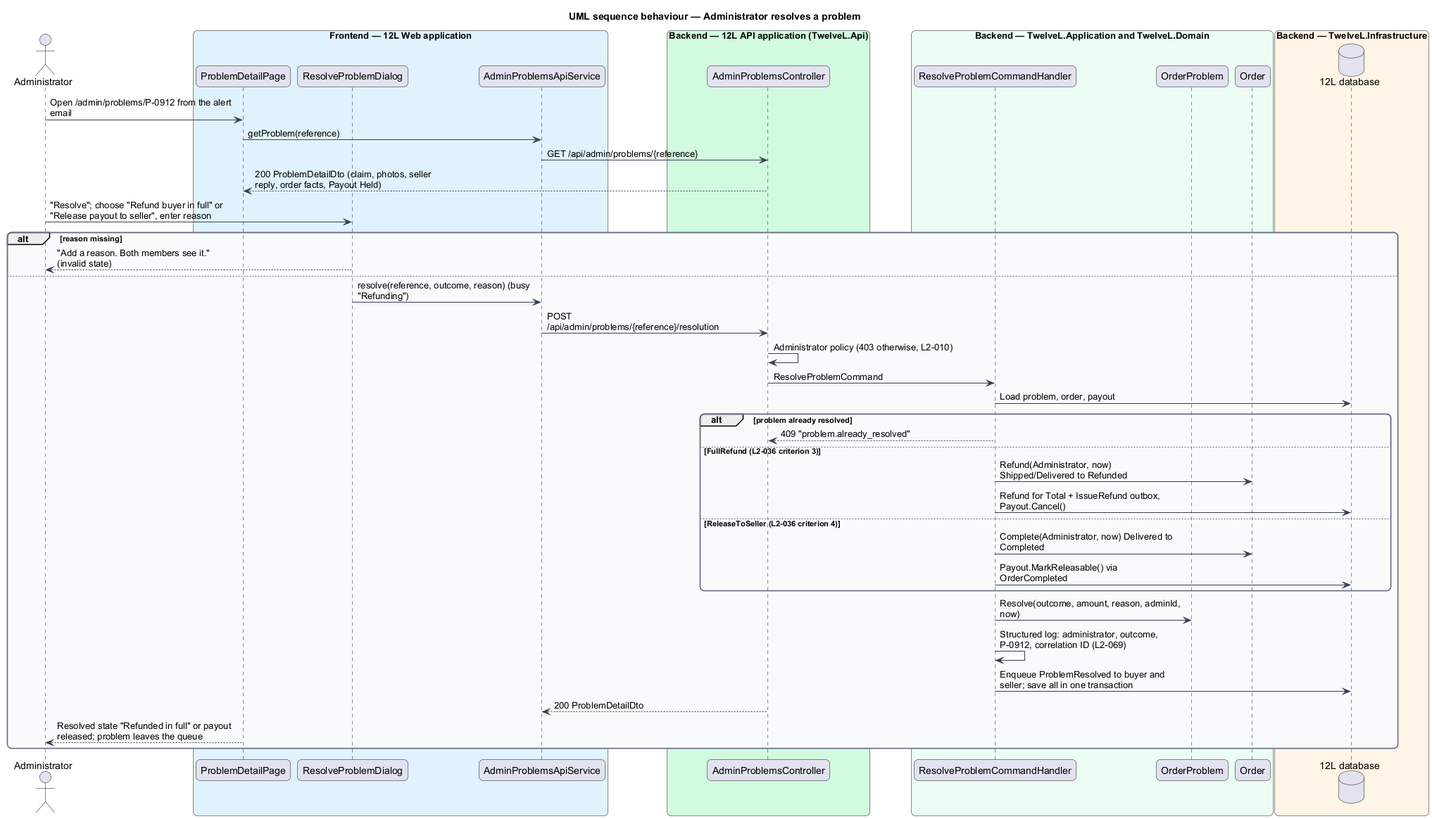
Above: docs/detailed-designs/orders/resolve-order-problems/diagrams/sequence-resolve-problem.png in QuinntyneBrown/12l (PlantUML), before the change.
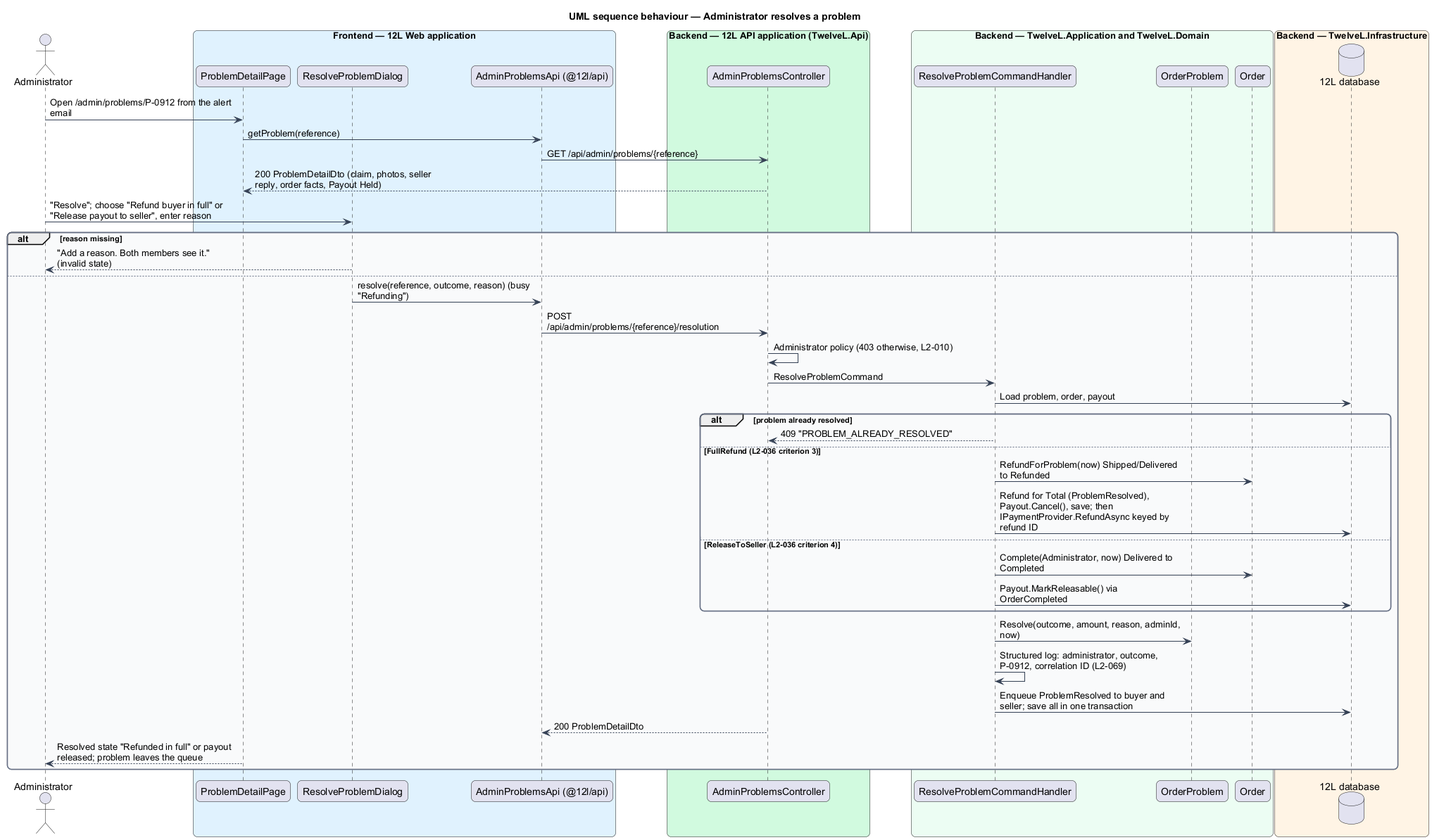
After the change.

Diff of the diagram source:
```diff
@@ -20,7 +20,7 @@
 box "Frontend — 12L Web application" #E0F2FE
   participant "ProblemDetailPage" as page
   participant "ResolveProblemDialog" as dlg
-  participant "AdminProblemsApiService" as client
+  participant "AdminProblemsApi (@12l/api)" as client
 end box
 box "Backend — 12L API application (TwelveL.Api)" #D1FADF
   participant "AdminProblemsController" as ctrl
@@ -47,10 +47,10 @@
   ctrl -> h : ResolveProblemCommand
   h -> db : Load problem, order, payout
   alt problem already resolved
-    h --> ctrl : 409 "problem.already_resolved"
+    h --> ctrl : 409 "PROBLEM_ALREADY_RESOLVED"
   else FullRefund (L2-036 criterion 3)
-    h -> order : Refund(Administrator, now) Shipped/Delivered to Refunded
-    h -> db : Refund for Total + IssueRefund outbox, Payout.Cancel()
+    h -> order : RefundForProblem(now) Shipped/Delivered to Refunded
+    h -> db : Refund for Total (ProblemResolved), Payout.Cancel(), save; then IPaymentProvider.RefundAsync keyed by refund ID
   else ReleaseToSeller (L2-036 criterion 4)
     h -> order : Complete(Administrator, now) Delivered to Completed
     h -> db : Payout.MarkReleasable() via OrderCompleted
```
